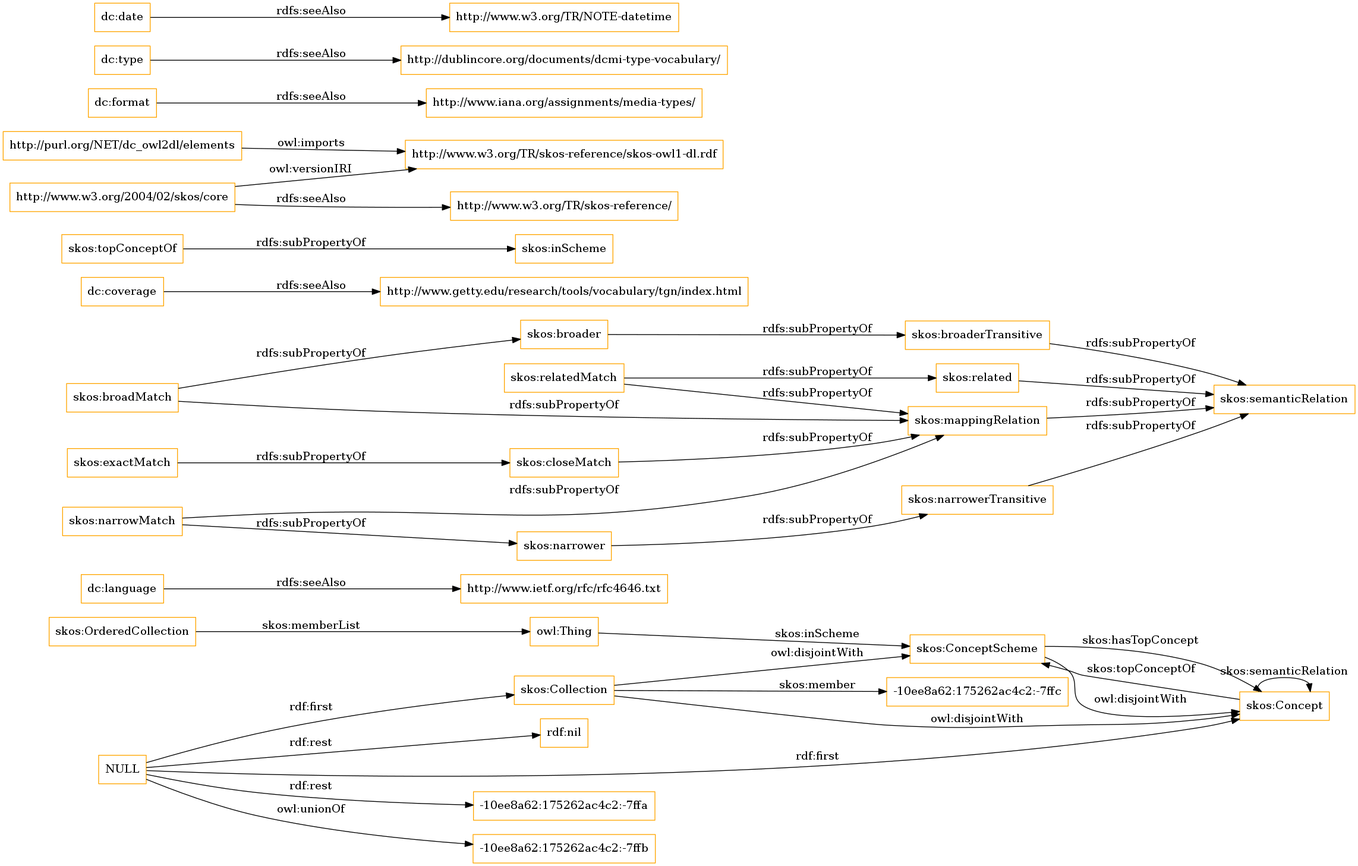
OnToologyUser/core-ontology-1 keeps this Graphviz diagram as OnToology/imports/elements.owl/diagrams/ar2dtool-class/elements.owl.png. Above is the earlier version. Its source is kept beside it as OnToology/imports/elements.owl/diagrams/ar2dtool-class/elements.owl.png.dot.
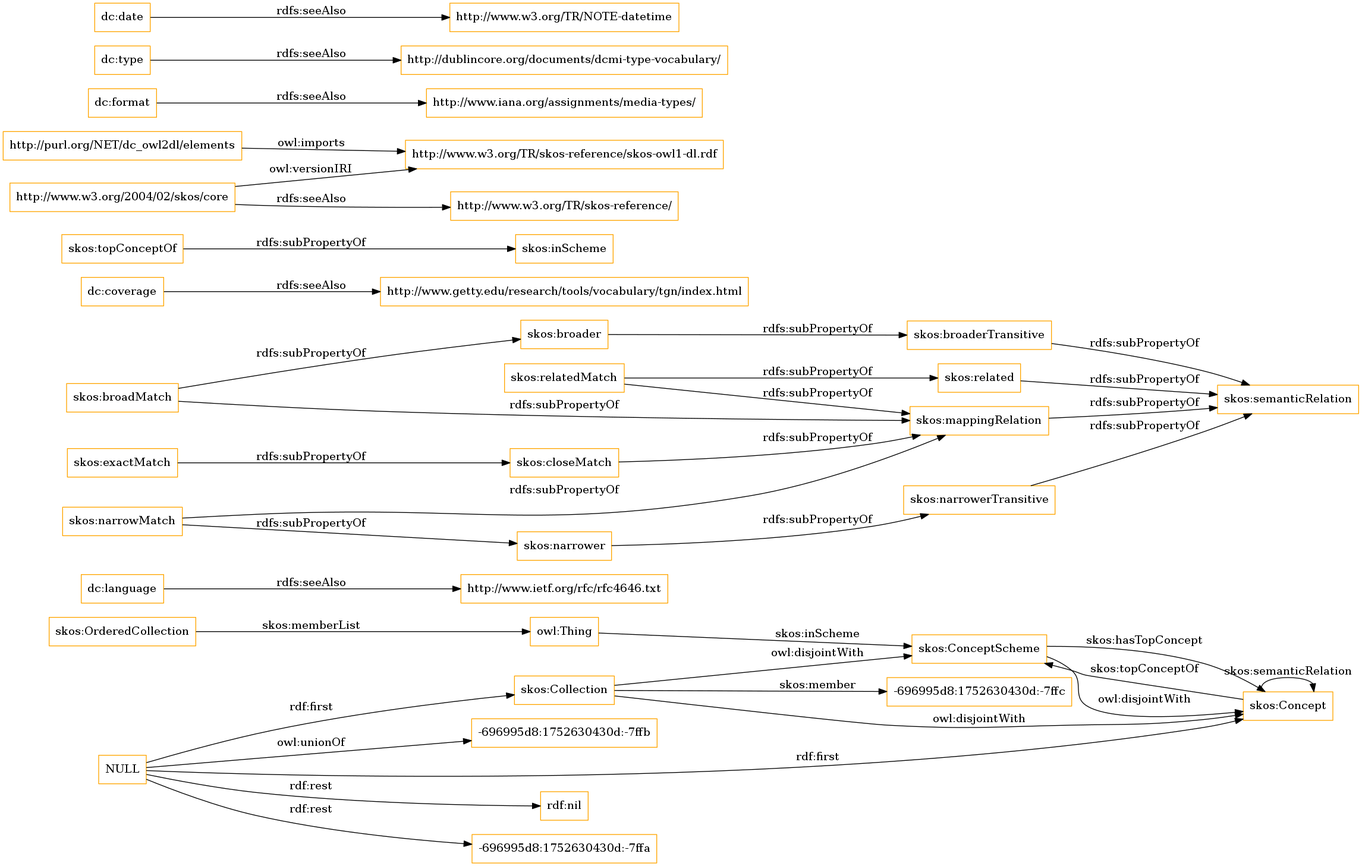
After the commit.

What changed in the source:
```diff
@@ -1,13 +1,13 @@
 digraph ar2dtool_diagram {
 rankdir=LR;
 size="1501"
-node [shape = rectangle, color="orange"]; "-10ee8a62:175262ac4c2:-7ffc" "skos:OrderedCollection" "skos:Collection" "skos:ConceptScheme" "skos:Concept" ; /*classes style*/
+node [shape = rectangle, color="orange"]; "-696995d8:1752630430d:-7ffc" "skos:OrderedCollection" "skos:Collection" "skos:ConceptScheme" "skos:Concept" ; /*classes style*/
 	"dc:language" -> "http://www.ietf.org/rfc/rfc4646.txt" [ label = "rdfs:seeAlso" ];
-	"NULL" -> "-10ee8a62:175262ac4c2:-7ffa" [ label = "rdf:rest" ];
-	"NULL" -> "skos:Concept" [ label = "rdf:first" ];
-	"NULL" -> "-10ee8a62:175262ac4c2:-7ffb" [ label = "owl:unionOf" ];
 	"NULL" -> "rdf:nil" [ label = "rdf:rest" ];
 	"NULL" -> "skos:Collection" [ label = "rdf:first" ];
+	"NULL" -> "-696995d8:1752630430d:-7ffa" [ label = "rdf:rest" ];
+	"NULL" -> "skos:Concept" [ label = "rdf:first" ];
+	"NULL" -> "-696995d8:1752630430d:-7ffb" [ label = "owl:unionOf" ];
 	"skos:closeMatch" -> "skos:mappingRelation" [ label = "rdfs:subPropertyOf" ];
 	"dc:coverage" -> "http://www.getty.edu/research/tools/vocabulary/tgn/index.html" [ label = "rdfs:seeAlso" ];
 	"skos:relatedMatch" -> "skos:related" [ label = "rdfs:subPropertyOf" ];
@@ -36,7 +36,7 @@
 	"skos:OrderedCollection" -> "owl:Thing" [ label = "skos:memberList" ];
 	"skos:Concept" -> "skos:ConceptScheme" [ label = "skos:topConceptOf" ];
 	"skos:Concept" -> "skos:Concept" [ label = "skos:semanticRelation" ];
-	"skos:Collection" -> "-10ee8a62:175262ac4c2:-7ffc" [ label = "skos:member" ];
+	"skos:Collection" -> "-696995d8:1752630430d:-7ffc" [ label = "skos:member" ];
 	"skos:ConceptScheme" -> "skos:Concept" [ label = "skos:hasTopConcept" ];
 	"owl:Thing" -> "skos:ConceptScheme" [ label = "skos:inScheme" ];
 
```
